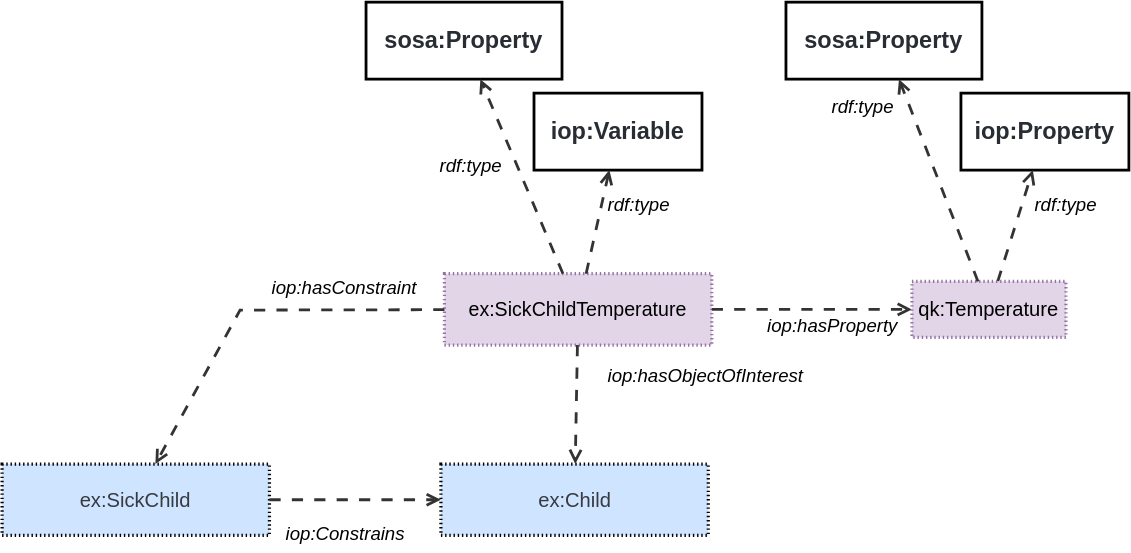
The draw.io diagram ssn/images/Temperature-i-adopt.svg in afeliachi/sdw-sosa-ssn, before a commit. Source tidied: cells renumbered, new cells last; positions are measured from the earlier drawing's top-left corner, leaving out a move shared by most shapes. Its diagram source:
```xml
<mxGraphModel>
  <root>
    <mxCell id="0" />
    <mxCell id="1" parent="0" />
    <mxCell id="2" value="&lt;font style=&quot;font-size: 14px;&quot;&gt;ex:SickChildTemperature&lt;/font&gt;" style="html=1;overflow=block;blockSpacing=1;whiteSpace=wrap;fontSize=14.4;fontFamily=Helvetica;align=center;spacing=0;strokeOpacity=100;fillOpacity=100;fillColor=#e1d5e7;dashed=1;fixDash=1;dashPattern=1 2;strokeWidth=2.3;strokeColor=#9673a6;" parent="1" vertex="1">
      <mxGeometry x="316" y="194" width="191" height="51" as="geometry" />
    </mxCell>
    <mxCell id="3" value="iop:Variable" style="html=1;overflow=block;blockSpacing=1;whiteSpace=wrap;fontSize=16.8;fontColor=#282c33;fontStyle=1;align=center;spacing=0;strokeOpacity=100;fillOpacity=0;fillColor=#000000;strokeWidth=2;" parent="1" vertex="1">
      <mxGeometry x="380" y="65" width="120" height="55" as="geometry" />
    </mxCell>
    <mxCell id="4" value="rdf:type" style="html=1;overflow=block;blockSpacing=1;whiteSpace=wrap;fontSize=13.3;fontStyle=2;align=left;spacing=3.8;verticalAlign=top;strokeColor=none;fillOpacity=0;fillColor=#ffffff;dashed=1;fixDash=1;dashPattern=16 6;strokeWidth=0;lucidId=0ZtLoD1I2n68;" parent="1" vertex="1">
      <mxGeometry x="430" y="135" width="70" height="28" as="geometry" />
    </mxCell>
    <mxCell id="5" style="html=1;jettySize=18;whiteSpace=wrap;fontSize=13;strokeColor=#333333;strokeOpacity=100;dashed=1;fixDash=1;dashPattern=8 8;strokeWidth=2;rounded=0;startArrow=none;endArrow=open;lucidId=0ZtLjH5MFli1;" parent="1" edge="1" source="2" target="3">
      <mxGeometry relative="1" as="geometry" />
    </mxCell>
    <mxCell id="6" style="html=1;jettySize=18;whiteSpace=wrap;fontSize=13;strokeColor=#333333;strokeOpacity=100;dashed=1;fixDash=1;dashPattern=8 8;strokeWidth=2;rounded=0;startArrow=none;endArrow=open;lucidId=0ZtL0HBQd7HC;" parent="1" edge="1" source="2" target="10">
      <mxGeometry relative="1" as="geometry" />
    </mxCell>
    <mxCell id="7" value="iop:Property" style="html=1;overflow=block;blockSpacing=1;whiteSpace=wrap;fontSize=16.8;fontColor=#282c33;fontStyle=1;align=center;spacing=0;strokeOpacity=100;fillOpacity=0;fillColor=#000000;strokeWidth=2;" parent="1" vertex="1">
      <mxGeometry x="685" y="65" width="120" height="55" as="geometry" />
    </mxCell>
    <mxCell id="8" style="html=1;jettySize=18;whiteSpace=wrap;fontSize=13;strokeColor=#333333;strokeOpacity=100;dashed=1;fixDash=1;dashPattern=8 8;strokeWidth=2;rounded=0;startArrow=none;endArrow=open;lucidId=P2tL9udR5Qlz;" parent="1" edge="1" source="10" target="7">
      <mxGeometry relative="1" as="geometry" />
    </mxCell>
    <mxCell id="9" value="rdf:type" style="html=1;overflow=block;blockSpacing=1;whiteSpace=wrap;fontSize=13.3;fontStyle=2;align=left;spacing=3.8;verticalAlign=top;strokeColor=none;fillOpacity=0;fillColor=#ffffff;dashed=1;fixDash=1;dashPattern=16 6;strokeWidth=0;lucidId=P2tLiGQ9.Ah0;" parent="1" vertex="1">
      <mxGeometry x="735" y="135" width="70" height="28" as="geometry" />
    </mxCell>
    <mxCell id="10" value="qk:Temperature" style="points=[[-0.006,0.445,0]];html=1;overflow=block;blockSpacing=1;whiteSpace=wrap;fontSize=14.4;fontFamily=Helvetica;align=center;spacing=0;strokeOpacity=100;fillOpacity=100;fillColor=#e1d5e7;dashed=1;fixDash=1;dashPattern=1 2;strokeWidth=2.3;strokeColor=#9673a6;" parent="1" vertex="1">
      <mxGeometry x="650" y="199.5" width="110" height="40" as="geometry" />
    </mxCell>
    <mxCell id="11" style="edgeStyle=orthogonalEdgeStyle;rounded=0;orthogonalLoop=1;jettySize=auto;html=1;exitX=0.5;exitY=1;exitDx=0;exitDy=0;" parent="1" edge="1">
      <mxGeometry relative="1" as="geometry">
        <mxPoint x="635.5" y="159" as="sourcePoint" />
        <mxPoint x="635.5" y="159" as="targetPoint" />
      </mxGeometry>
    </mxCell>
    <mxCell id="12" value="ex:Child" style="html=1;overflow=block;blockSpacing=1;whiteSpace=wrap;fontSize=14.4;fontFamily=Helvetica;fontColor=#383a42;align=center;spacing=0;strokeOpacity=100;fillOpacity=100;fillColor=#cfe4ff;dashed=1;fixDash=1;dashPattern=1 2;strokeWidth=2.3;" parent="1" vertex="1">
      <mxGeometry x="313.5" y="330" width="191" height="51" as="geometry" />
    </mxCell>
    <mxCell id="13" value="ex:SickChild" style="html=1;overflow=block;blockSpacing=1;whiteSpace=wrap;fontSize=14.4;fontFamily=Helvetica;fontColor=#383a42;align=center;spacing=0;strokeOpacity=100;fillOpacity=100;fillColor=#cfe4ff;dashed=1;fixDash=1;dashPattern=1 2;strokeWidth=2.3;" parent="1" vertex="1">
      <mxGeometry y="330" width="191" height="51" as="geometry" />
    </mxCell>
    <mxCell id="14" style="html=1;jettySize=18;whiteSpace=wrap;fontSize=13;strokeColor=#333333;strokeOpacity=100;dashed=1;fixDash=1;dashPattern=8 8;strokeWidth=2;rounded=0;startArrow=none;endArrow=open;lucidId=0ZtL0HBQd7HC;" parent="1" edge="1" source="2" target="12">
      <mxGeometry relative="1" as="geometry" />
    </mxCell>
    <mxCell id="15" style="html=1;jettySize=18;whiteSpace=wrap;fontSize=13;strokeColor=#333333;strokeOpacity=100;dashed=1;fixDash=1;dashPattern=8 8;strokeWidth=2;rounded=0;startArrow=none;endArrow=open;lucidId=0ZtL0HBQd7HC;" parent="1" edge="1" source="2" target="13">
      <mxGeometry relative="1" as="geometry">
        <Array as="points">
          <mxPoint x="170" y="220" />
        </Array>
      </mxGeometry>
    </mxCell>
    <mxCell id="16" value="iop:hasConstraint" style="html=1;overflow=block;blockSpacing=1;whiteSpace=wrap;fontSize=13.3;fontStyle=2;align=left;spacing=3.8;verticalAlign=top;strokeColor=none;fillOpacity=0;fillColor=#ffffff;dashed=1;fixDash=1;dashPattern=16 6;strokeWidth=0;lucidId=0ZtLjIqilOCG;" parent="1" vertex="1">
      <mxGeometry x="190" y="194" width="101" height="24" as="geometry" />
    </mxCell>
    <mxCell id="17" value="sosa:Property" style="html=1;overflow=block;blockSpacing=1;whiteSpace=wrap;fontSize=16.8;fontColor=#282c33;fontStyle=1;align=center;spacing=0;strokeOpacity=100;fillOpacity=0;fillColor=#000000;strokeWidth=2;" parent="1" vertex="1">
      <mxGeometry x="260" width="140" height="55" as="geometry" />
    </mxCell>
    <mxCell id="18" value="iop:hasProperty" style="html=1;overflow=block;blockSpacing=1;whiteSpace=wrap;fontSize=13.3;fontStyle=2;align=left;spacing=3.8;verticalAlign=top;strokeColor=none;fillOpacity=0;fillColor=#ffffff;dashed=1;fixDash=1;dashPattern=16 6;strokeWidth=0;lucidId=0ZtLjIqilOCG;" parent="1" vertex="1">
      <mxGeometry x="544" y="221" width="101" height="24" as="geometry" />
    </mxCell>
    <mxCell id="19" value="iop:hasObjectOfInterest" style="html=1;overflow=block;blockSpacing=1;whiteSpace=wrap;fontSize=13.3;fontStyle=2;align=left;spacing=3.8;verticalAlign=top;strokeColor=none;fillOpacity=0;fillColor=#ffffff;dashed=1;fixDash=1;dashPattern=16 6;strokeWidth=0;lucidId=0ZtLjIqilOCG;" parent="1" vertex="1">
      <mxGeometry x="430" y="257" width="101" height="24" as="geometry" />
    </mxCell>
    <mxCell id="20" value="iop:Constrains" style="html=1;overflow=block;blockSpacing=1;whiteSpace=wrap;fontSize=13.3;fontStyle=2;align=left;spacing=3.8;verticalAlign=top;strokeColor=none;fillOpacity=0;fillColor=#ffffff;dashed=1;fixDash=1;dashPattern=16 6;strokeWidth=0;lucidId=0ZtLjIqilOCG;" parent="1" vertex="1">
      <mxGeometry x="200" y="370" width="101" height="24" as="geometry" />
    </mxCell>
    <mxCell id="21" style="html=1;jettySize=18;whiteSpace=wrap;fontSize=13;strokeColor=#333333;strokeOpacity=100;dashed=1;fixDash=1;dashPattern=8 8;strokeWidth=2;rounded=0;startArrow=none;endArrow=open;lucidId=0ZtL0HBQd7HC;" parent="1" edge="1" source="13" target="12">
      <mxGeometry relative="1" as="geometry" />
    </mxCell>
    <mxCell id="22" style="html=1;jettySize=18;whiteSpace=wrap;fontSize=13;strokeColor=#333333;strokeOpacity=100;dashed=1;fixDash=1;dashPattern=8 8;strokeWidth=2;rounded=0;startArrow=none;endArrow=open;lucidId=0ZtLjH5MFli1;" parent="1" edge="1" source="2" target="17">
      <mxGeometry relative="1" as="geometry" />
    </mxCell>
    <mxCell id="23" value="rdf:type" style="html=1;overflow=block;blockSpacing=1;whiteSpace=wrap;fontSize=13.3;fontStyle=2;align=left;spacing=3.8;verticalAlign=top;strokeColor=none;fillOpacity=0;fillColor=#ffffff;dashed=1;fixDash=1;dashPattern=16 6;strokeWidth=0;lucidId=0ZtLoD1I2n68;" parent="1" vertex="1">
      <mxGeometry x="310" y="107" width="70" height="28" as="geometry" />
    </mxCell>
    <mxCell id="24" value="sosa:Property" style="html=1;overflow=block;blockSpacing=1;whiteSpace=wrap;fontSize=16.8;fontColor=#282c33;fontStyle=1;align=center;spacing=0;strokeOpacity=100;fillOpacity=0;fillColor=#000000;strokeWidth=2;" parent="1" vertex="1">
      <mxGeometry x="560" width="140" height="55" as="geometry" />
    </mxCell>
    <mxCell id="25" style="html=1;jettySize=18;whiteSpace=wrap;fontSize=13;strokeColor=#333333;strokeOpacity=100;dashed=1;fixDash=1;dashPattern=8 8;strokeWidth=2;rounded=0;startArrow=none;endArrow=open;lucidId=0ZtLjH5MFli1;" parent="1" edge="1" source="10" target="24">
      <mxGeometry relative="1" as="geometry" />
    </mxCell>
    <mxCell id="26" value="rdf:type" style="html=1;overflow=block;blockSpacing=1;whiteSpace=wrap;fontSize=13.3;fontStyle=2;align=left;spacing=3.8;verticalAlign=top;strokeColor=none;fillOpacity=0;fillColor=#ffffff;dashed=1;fixDash=1;dashPattern=16 6;strokeWidth=0;lucidId=P2tLiGQ9.Ah0;" parent="1" vertex="1">
      <mxGeometry x="590" y="65" width="70" height="28" as="geometry" />
    </mxCell>
  </root>
</mxGraphModel>
```
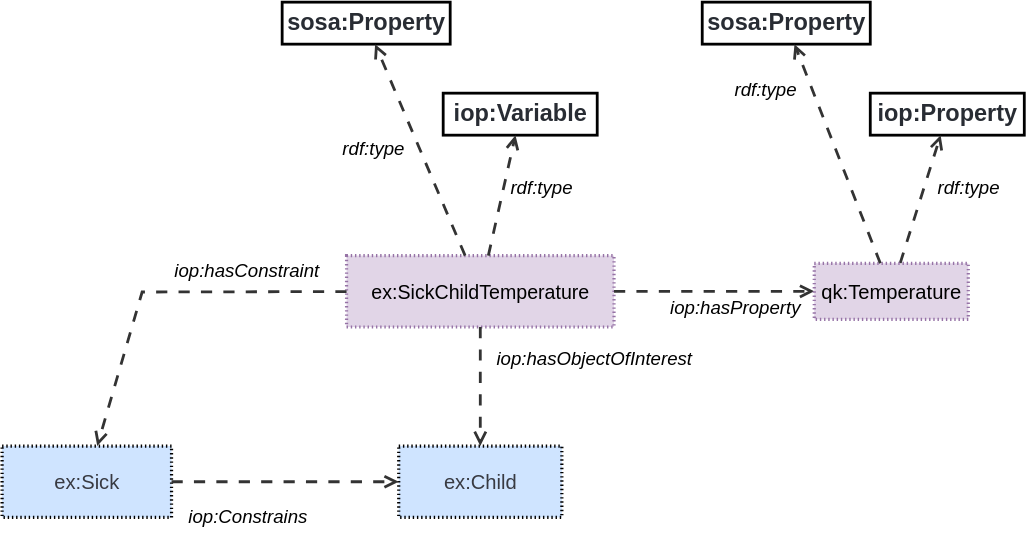
The same diagram one commit later.

Commit message:
SickChild --> Sick

Diff of the diagram source:
```diff
@@ -6,7 +6,7 @@
       <mxGeometry x="316" y="194" width="191" height="51" as="geometry" />
     </mxCell>
     <mxCell id="3" value="iop:Variable" style="html=1;overflow=block;blockSpacing=1;whiteSpace=wrap;fontSize=16.8;fontColor=#282c33;fontStyle=1;align=center;spacing=0;strokeOpacity=100;fillOpacity=0;fillColor=#000000;strokeWidth=2;" parent="1" vertex="1">
-      <mxGeometry x="380" y="65" width="120" height="55" as="geometry" />
+      <mxGeometry x="385" y="78" width="110" height="30" as="geometry" />
     </mxCell>
     <mxCell id="4" value="rdf:type" style="html=1;overflow=block;blockSpacing=1;whiteSpace=wrap;fontSize=13.3;fontStyle=2;align=left;spacing=3.8;verticalAlign=top;strokeColor=none;fillOpacity=0;fillColor=#ffffff;dashed=1;fixDash=1;dashPattern=16 6;strokeWidth=0;lucidId=0ZtLoD1I2n68;" parent="1" vertex="1">
       <mxGeometry x="430" y="135" width="70" height="28" as="geometry" />
@@ -18,7 +18,7 @@
       <mxGeometry relative="1" as="geometry" />
     </mxCell>
     <mxCell id="7" value="iop:Property" style="html=1;overflow=block;blockSpacing=1;whiteSpace=wrap;fontSize=16.8;fontColor=#282c33;fontStyle=1;align=center;spacing=0;strokeOpacity=100;fillOpacity=0;fillColor=#000000;strokeWidth=2;" parent="1" vertex="1">
-      <mxGeometry x="685" y="65" width="120" height="55" as="geometry" />
+      <mxGeometry x="690" y="78" width="110" height="30" as="geometry" />
     </mxCell>
     <mxCell id="8" style="html=1;jettySize=18;whiteSpace=wrap;fontSize=13;strokeColor=#333333;strokeOpacity=100;dashed=1;fixDash=1;dashPattern=8 8;strokeWidth=2;rounded=0;startArrow=none;endArrow=open;lucidId=P2tL9udR5Qlz;" parent="1" edge="1" source="10" target="7">
       <mxGeometry relative="1" as="geometry" />
@@ -36,10 +36,10 @@
       </mxGeometry>
     </mxCell>
     <mxCell id="12" value="ex:Child" style="html=1;overflow=block;blockSpacing=1;whiteSpace=wrap;fontSize=14.4;fontFamily=Helvetica;fontColor=#383a42;align=center;spacing=0;strokeOpacity=100;fillOpacity=100;fillColor=#cfe4ff;dashed=1;fixDash=1;dashPattern=1 2;strokeWidth=2.3;" parent="1" vertex="1">
-      <mxGeometry x="313.5" y="330" width="191" height="51" as="geometry" />
+      <mxGeometry x="353.2" y="330" width="116.5" height="51" as="geometry" />
     </mxCell>
-    <mxCell id="13" value="ex:SickChild" style="html=1;overflow=block;blockSpacing=1;whiteSpace=wrap;fontSize=14.4;fontFamily=Helvetica;fontColor=#383a42;align=center;spacing=0;strokeOpacity=100;fillOpacity=100;fillColor=#cfe4ff;dashed=1;fixDash=1;dashPattern=1 2;strokeWidth=2.3;" parent="1" vertex="1">
-      <mxGeometry y="330" width="191" height="51" as="geometry" />
+    <mxCell id="13" value="ex:Sick" style="html=1;overflow=block;blockSpacing=1;whiteSpace=wrap;fontSize=14.4;fontFamily=Helvetica;fontColor=#383a42;align=center;spacing=0;strokeOpacity=100;fillOpacity=100;fillColor=#cfe4ff;dashed=1;fixDash=1;dashPattern=1 2;strokeWidth=2.3;" parent="1" vertex="1">
+      <mxGeometry x="70" y="330" width="121" height="51" as="geometry" />
     </mxCell>
     <mxCell id="14" style="html=1;jettySize=18;whiteSpace=wrap;fontSize=13;strokeColor=#333333;strokeOpacity=100;dashed=1;fixDash=1;dashPattern=8 8;strokeWidth=2;rounded=0;startArrow=none;endArrow=open;lucidId=0ZtL0HBQd7HC;" parent="1" edge="1" source="2" target="12">
       <mxGeometry relative="1" as="geometry" />
@@ -55,13 +55,13 @@
       <mxGeometry x="190" y="194" width="101" height="24" as="geometry" />
     </mxCell>
     <mxCell id="17" value="sosa:Property" style="html=1;overflow=block;blockSpacing=1;whiteSpace=wrap;fontSize=16.8;fontColor=#282c33;fontStyle=1;align=center;spacing=0;strokeOpacity=100;fillOpacity=0;fillColor=#000000;strokeWidth=2;" parent="1" vertex="1">
-      <mxGeometry x="260" width="140" height="55" as="geometry" />
+      <mxGeometry x="270" y="13" width="120" height="30" as="geometry" />
     </mxCell>
     <mxCell id="18" value="iop:hasProperty" style="html=1;overflow=block;blockSpacing=1;whiteSpace=wrap;fontSize=13.3;fontStyle=2;align=left;spacing=3.8;verticalAlign=top;strokeColor=none;fillOpacity=0;fillColor=#ffffff;dashed=1;fixDash=1;dashPattern=16 6;strokeWidth=0;lucidId=0ZtLjIqilOCG;" parent="1" vertex="1">
       <mxGeometry x="544" y="221" width="101" height="24" as="geometry" />
     </mxCell>
     <mxCell id="19" value="iop:hasObjectOfInterest" style="html=1;overflow=block;blockSpacing=1;whiteSpace=wrap;fontSize=13.3;fontStyle=2;align=left;spacing=3.8;verticalAlign=top;strokeColor=none;fillOpacity=0;fillColor=#ffffff;dashed=1;fixDash=1;dashPattern=16 6;strokeWidth=0;lucidId=0ZtLjIqilOCG;" parent="1" vertex="1">
-      <mxGeometry x="430" y="257" width="101" height="24" as="geometry" />
+      <mxGeometry x="420" y="257" width="101" height="24" as="geometry" />
     </mxCell>
     <mxCell id="20" value="iop:Constrains" style="html=1;overflow=block;blockSpacing=1;whiteSpace=wrap;fontSize=13.3;fontStyle=2;align=left;spacing=3.8;verticalAlign=top;strokeColor=none;fillOpacity=0;fillColor=#ffffff;dashed=1;fixDash=1;dashPattern=16 6;strokeWidth=0;lucidId=0ZtLjIqilOCG;" parent="1" vertex="1">
       <mxGeometry x="200" y="370" width="101" height="24" as="geometry" />
@@ -76,7 +76,7 @@
       <mxGeometry x="310" y="107" width="70" height="28" as="geometry" />
     </mxCell>
     <mxCell id="24" value="sosa:Property" style="html=1;overflow=block;blockSpacing=1;whiteSpace=wrap;fontSize=16.8;fontColor=#282c33;fontStyle=1;align=center;spacing=0;strokeOpacity=100;fillOpacity=0;fillColor=#000000;strokeWidth=2;" parent="1" vertex="1">
-      <mxGeometry x="560" width="140" height="55" as="geometry" />
+      <mxGeometry x="570" y="13" width="120" height="30" as="geometry" />
     </mxCell>
     <mxCell id="25" style="html=1;jettySize=18;whiteSpace=wrap;fontSize=13;strokeColor=#333333;strokeOpacity=100;dashed=1;fixDash=1;dashPattern=8 8;strokeWidth=2;rounded=0;startArrow=none;endArrow=open;lucidId=0ZtLjH5MFli1;" parent="1" edge="1" source="10" target="24">
       <mxGeometry relative="1" as="geometry" />
```
